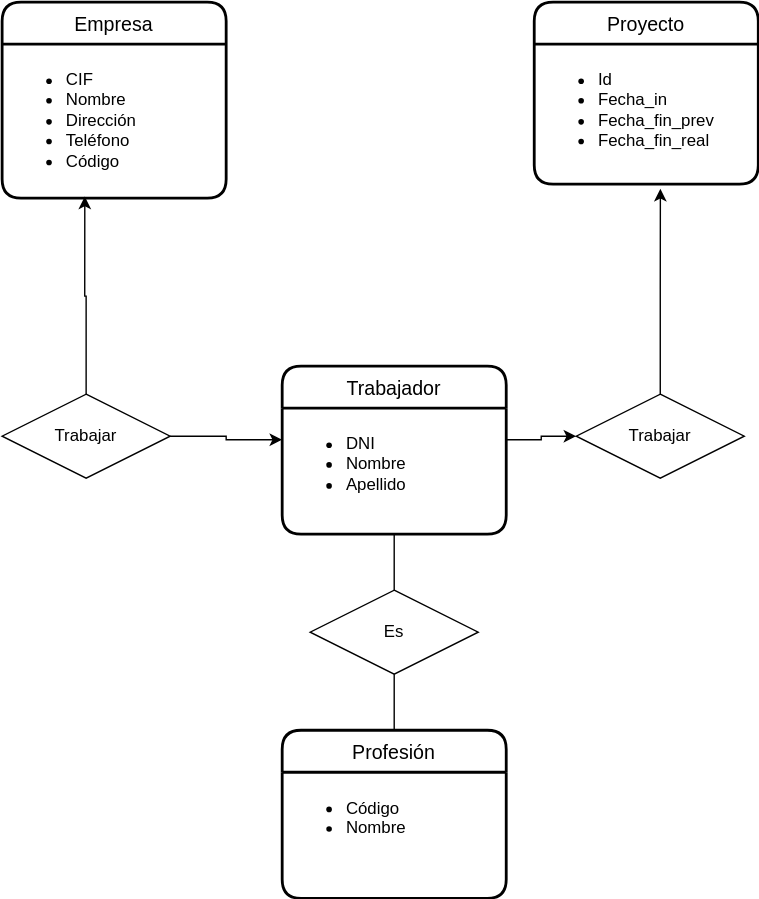
The draw.io diagram UD12-12.svg in Jimxx22/C3-UD11-UML, before a commit. Source tidied: cells renumbered, new cells last; positions are measured from the earlier drawing's top-left corner, leaving out a move shared by most shapes.
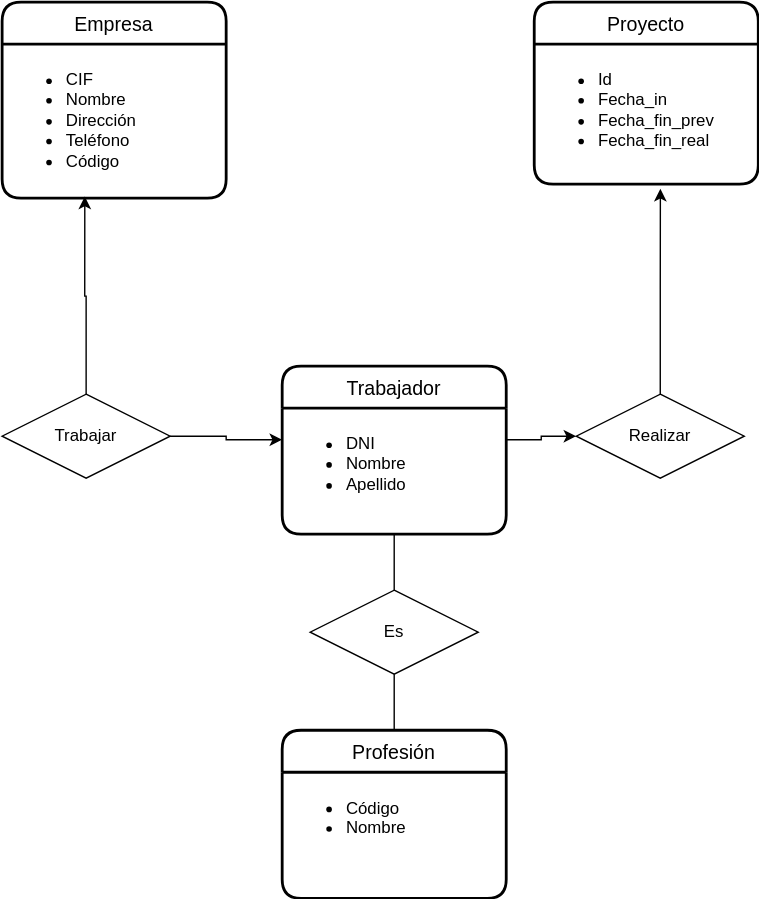
Later version of the same file.

Diff of the diagram source:
```diff
@@ -47,7 +47,7 @@
     <mxCell id="16" style="edgeStyle=orthogonalEdgeStyle;rounded=0;jettySize=auto;html=1;exitX=0.5;exitY=0;exitDx=0;exitDy=0;entryX=0.563;entryY=1.033;entryDx=0;entryDy=0;entryPerimeter=0;" parent="1" edge="1" source="17" target="5">
       <mxGeometry relative="1" as="geometry" />
     </mxCell>
-    <mxCell id="17" value="Trabajar" style="shape=rhombus;perimeter=rhombusPerimeter;whiteSpace=wrap;html=1;align=center;" parent="1" vertex="1">
+    <mxCell id="17" value="Realizar" style="shape=rhombus;perimeter=rhombusPerimeter;whiteSpace=wrap;html=1;align=center;" parent="1" vertex="1">
       <mxGeometry x="410" y="280" width="120" height="60" as="geometry" />
     </mxCell>
     <mxCell id="18" style="edgeStyle=orthogonalEdgeStyle;rounded=0;jettySize=auto;html=1;exitX=1;exitY=0.25;exitDx=0;exitDy=0;" parent="1" edge="1" source="7" target="17">
```
